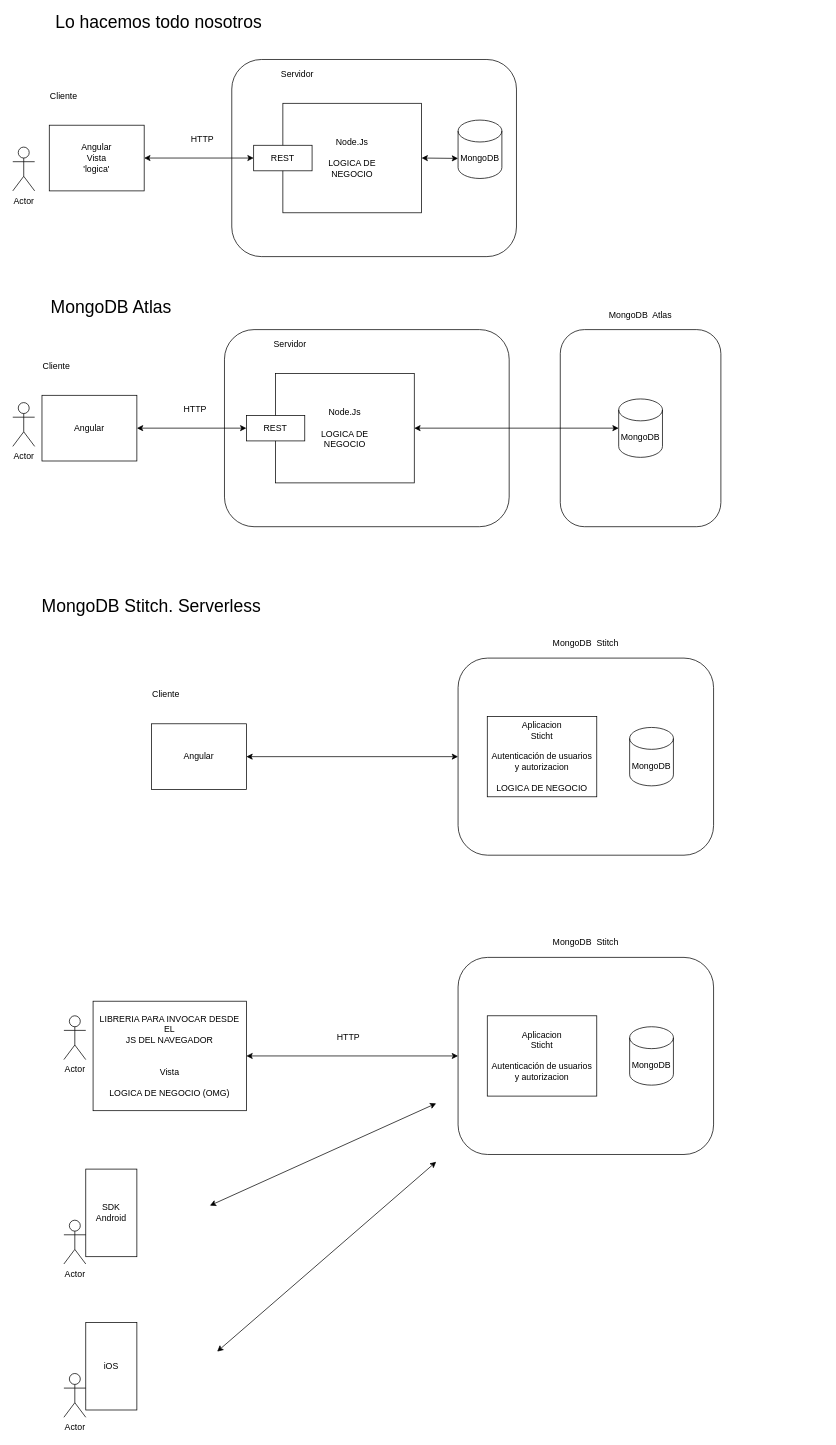
Earlier version of the draw.io diagram page "Página-60" (60 of 61) of diagramas.drawio (almoril00/MEAN). Source tidied: cells renumbered, new cells numbered last; positions are measured from the earlier drawing's top-left corner, leaving out a move shared by most shapes. Both pictures are drawn from the tidied source at 73%, with x=0, y=0 at pixel (12, 15).
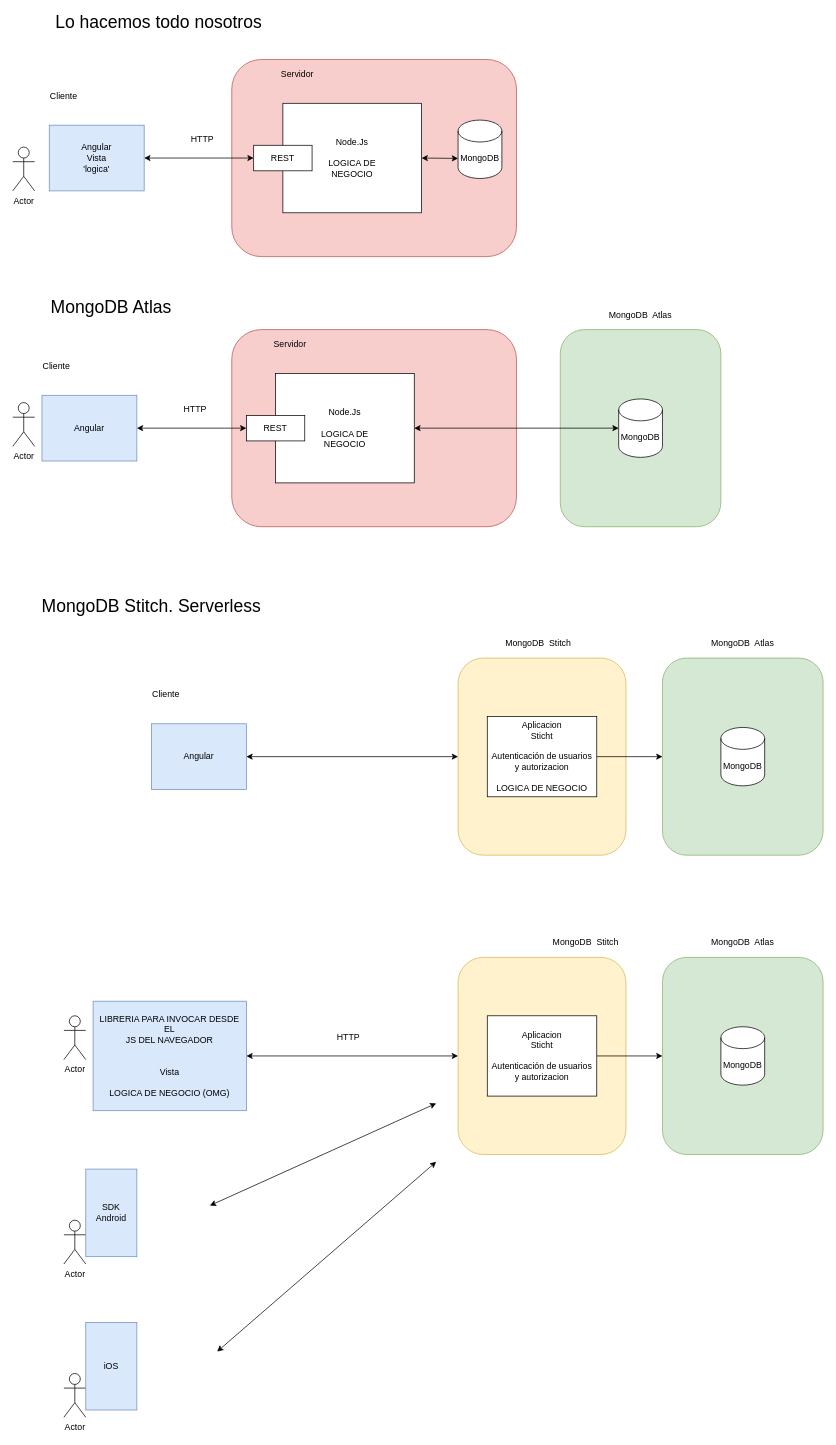
The same diagram, later.

Change to the diagram source:
```diff
@@
-    <mxCell id="2" style="rounded=1;whiteSpace=wrap;html=1;fillColor=none;" parent="1" vertex="1">
+    <mxCell id="2" style="rounded=1;whiteSpace=wrap;html=1;fillColor=#d5e8d4;strokeColor=#82b366;" parent="1" vertex="1">
       <mxGeometry x="750" y="430" width="220" height="270" as="geometry" />
     </mxCell>
-    <mxCell id="3" style="rounded=1;whiteSpace=wrap;html=1;fillColor=none;" parent="1" vertex="1">
+    <mxCell id="3" style="rounded=1;whiteSpace=wrap;html=1;fillColor=#f8cecc;strokeColor=#b85450;" parent="1" vertex="1">
       <mxGeometry x="300" y="60" width="390" height="270" as="geometry" />
     </mxCell>
@@
-    <mxCell id="5" value="Angular&lt;br&gt;Vista&lt;br&gt;'logica'" style="rounded=0;whiteSpace=wrap;html=1;fillColor=none;" parent="1" vertex="1">
+    <mxCell id="5" value="Angular&lt;br&gt;Vista&lt;br&gt;'logica'" style="rounded=0;whiteSpace=wrap;html=1;fillColor=#dae8fc;strokeColor=#6c8ebf;" parent="1" vertex="1">
       <mxGeometry x="50" y="150" width="130" height="90" as="geometry" />
     </mxCell>
-    <mxCell id="6" value="Node.Js&lt;br&gt;&lt;br&gt;LOGICA DE &lt;br&gt;NEGOCIO" style="rounded=0;whiteSpace=wrap;html=1;fillColor=none;" parent="1" vertex="1">
+    <mxCell id="6" value="Node.Js&lt;br&gt;&lt;br&gt;LOGICA DE &lt;br&gt;NEGOCIO" style="rounded=0;whiteSpace=wrap;html=1;" parent="1" vertex="1">
       <mxGeometry x="370" y="120" width="190" height="150" as="geometry" />
     </mxCell>
@@
-    <mxCell id="15" style="rounded=1;whiteSpace=wrap;html=1;fillColor=none;" parent="1" vertex="1">
-      <mxGeometry x="290" y="430" width="390" height="270" as="geometry" />
+    <mxCell id="15" style="rounded=1;whiteSpace=wrap;html=1;fillColor=#f8cecc;strokeColor=#b85450;" parent="1" vertex="1">
+      <mxGeometry x="300" y="430" width="390" height="270" as="geometry" />
     </mxCell>
-    <mxCell id="16" value="Angular" style="rounded=0;whiteSpace=wrap;html=1;fillColor=none;" parent="1" vertex="1">
+    <mxCell id="16" value="Angular" style="rounded=0;whiteSpace=wrap;html=1;fillColor=#dae8fc;strokeColor=#6c8ebf;" parent="1" vertex="1">
       <mxGeometry x="40" y="520" width="130" height="90" as="geometry" />
     </mxCell>
-    <mxCell id="17" value="Node.Js&lt;br&gt;&lt;br&gt;LOGICA DE&lt;br&gt;NEGOCIO" style="rounded=0;whiteSpace=wrap;html=1;fillColor=none;" parent="1" vertex="1">
+    <mxCell id="17" value="Node.Js&lt;br&gt;&lt;br&gt;LOGICA DE&lt;br&gt;NEGOCIO" style="rounded=0;whiteSpace=wrap;html=1;" parent="1" vertex="1">
       <mxGeometry x="360" y="490" width="190" height="150" as="geometry" />
     </mxCell>
@@
-    <mxCell id="27" style="rounded=1;whiteSpace=wrap;html=1;fillColor=none;" parent="1" vertex="1">
-      <mxGeometry x="610" y="880" width="350" height="270" as="geometry" />
+    <mxCell id="27" style="rounded=1;whiteSpace=wrap;html=1;fillColor=#fff2cc;strokeColor=#d6b656;" parent="1" vertex="1">
+      <mxGeometry x="610" y="880" width="230" height="270" as="geometry" />
     </mxCell>
-    <mxCell id="28" value="Angular" style="rounded=0;whiteSpace=wrap;html=1;fillColor=none;" parent="1" vertex="1">
+    <mxCell id="28" value="Angular" style="rounded=0;whiteSpace=wrap;html=1;fillColor=#dae8fc;strokeColor=#6c8ebf;" parent="1" vertex="1">
       <mxGeometry x="190" y="970" width="130" height="90" as="geometry" />
     </mxCell>
@@
-    <mxCell id="31" value="MongoDB" style="shape=cylinder3;whiteSpace=wrap;html=1;boundedLbl=1;backgroundOutline=1;size=15;fillColor=#ffffff;" parent="1" vertex="1">
-      <mxGeometry x="845" y="975" width="60" height="80" as="geometry" />
-    </mxCell>
     <mxCell id="32" value="MongoDB&amp;nbsp; Stitch" style="text;html=1;strokeColor=none;fillColor=none;align=center;verticalAlign=middle;whiteSpace=wrap;rounded=0;" parent="1" vertex="1">
-      <mxGeometry x="725" y="850" width="120" height="20" as="geometry" />
+      <mxGeometry x="660" y="850" width="120" height="20" as="geometry" />
     </mxCell>
+    <mxCell id="50" style="edgeStyle=orthogonalEdgeStyle;rounded=0;jettySize=auto;html=1;exitX=1;exitY=0.5;exitDx=0;exitDy=0;strokeWidth=1;" parent="1" edge="1" source="33" target="52">
+      <mxGeometry relative="1" as="geometry" />
+    </mxCell>
-    <mxCell id="33" value="Aplicacion&lt;br&gt;Sticht&lt;br&gt;&lt;br&gt;Autenticación de usuarios&lt;br&gt;y autorizacion&lt;br&gt;&lt;br&gt;LOGICA DE NEGOCIO" style="rounded=0;whiteSpace=wrap;html=1;fillColor=none;" parent="1" vertex="1">
+    <mxCell id="33" value="Aplicacion&lt;br&gt;Sticht&lt;br&gt;&lt;br&gt;Autenticación de usuarios&lt;br&gt;y autorizacion&lt;br&gt;&lt;br&gt;LOGICA DE NEGOCIO" style="rounded=0;whiteSpace=wrap;html=1;" parent="1" vertex="1">
       <mxGeometry x="650" y="960" width="150" height="110" as="geometry" />
     </mxCell>
@@
-    <mxCell id="35" style="rounded=1;whiteSpace=wrap;html=1;fillColor=none;" parent="1" vertex="1">
-      <mxGeometry x="610" y="1290" width="350" height="270" as="geometry" />
+    <mxCell id="35" style="rounded=1;whiteSpace=wrap;html=1;fillColor=#fff2cc;strokeColor=#d6b656;" parent="1" vertex="1">
+      <mxGeometry x="610" y="1290" width="230" height="270" as="geometry" />
     </mxCell>
-    <mxCell id="36" value="MongoDB" style="shape=cylinder3;whiteSpace=wrap;html=1;boundedLbl=1;backgroundOutline=1;size=15;fillColor=#ffffff;" parent="1" vertex="1">
-      <mxGeometry x="845" y="1385" width="60" height="80" as="geometry" />
-    </mxCell>
@@
+    <mxCell id="51" style="edgeStyle=orthogonalEdgeStyle;rounded=0;jettySize=auto;html=1;exitX=1;exitY=0.5;exitDx=0;exitDy=0;entryX=0;entryY=0.5;entryDx=0;entryDy=0;strokeWidth=1;" parent="1" edge="1" source="38" target="55">
+      <mxGeometry relative="1" as="geometry" />
+    </mxCell>
-    <mxCell id="38" value="Aplicacion&lt;br&gt;Sticht&lt;br&gt;&lt;br&gt;Autenticación de usuarios&lt;br&gt;y autorizacion" style="rounded=0;whiteSpace=wrap;html=1;fillColor=none;" parent="1" vertex="1">
+    <mxCell id="38" value="Aplicacion&lt;br&gt;Sticht&lt;br&gt;&lt;br&gt;Autenticación de usuarios&lt;br&gt;y autorizacion" style="rounded=0;whiteSpace=wrap;html=1;" parent="1" vertex="1">
       <mxGeometry x="650" y="1370" width="150" height="110" as="geometry" />
     </mxCell>
-    <mxCell id="39" value="LIBRERIA PARA INVOCAR DESDE EL&lt;br&gt;JS DEL NAVEGADOR&lt;br&gt;&lt;br&gt;&lt;br&gt;Vista&lt;br&gt;&lt;br&gt;LOGICA DE NEGOCIO (OMG)" style="rounded=0;whiteSpace=wrap;html=1;fillColor=none;" parent="1" vertex="1">
+    <mxCell id="39" value="LIBRERIA PARA INVOCAR DESDE EL&lt;br&gt;JS DEL NAVEGADOR&lt;br&gt;&lt;br&gt;&lt;br&gt;Vista&lt;br&gt;&lt;br&gt;LOGICA DE NEGOCIO (OMG)" style="rounded=0;whiteSpace=wrap;html=1;fillColor=#dae8fc;strokeColor=#6c8ebf;" parent="1" vertex="1">
       <mxGeometry x="110" y="1350" width="210" height="150" as="geometry" />
     </mxCell>
@@
-    <mxCell id="45" value="SDK&lt;br&gt;Android" style="rounded=0;whiteSpace=wrap;html=1;fillColor=none;" parent="1" vertex="1">
+    <mxCell id="45" value="SDK&lt;br&gt;Android" style="rounded=0;whiteSpace=wrap;html=1;fillColor=#dae8fc;strokeColor=#6c8ebf;" parent="1" vertex="1">
       <mxGeometry x="100" y="1580" width="70" height="120" as="geometry" />
     </mxCell>
@@
-    <mxCell id="47" value="iOS" style="rounded=0;whiteSpace=wrap;html=1;fillColor=none;" parent="1" vertex="1">
+    <mxCell id="47" value="iOS" style="rounded=0;whiteSpace=wrap;html=1;fillColor=#dae8fc;strokeColor=#6c8ebf;" parent="1" vertex="1">
       <mxGeometry x="100" y="1790" width="70" height="120" as="geometry" />
     </mxCell>
@@
+    <mxCell id="52" style="rounded=1;whiteSpace=wrap;html=1;fillColor=#d5e8d4;strokeColor=#82b366;" parent="1" vertex="1">
+      <mxGeometry x="890" y="880" width="220" height="270" as="geometry" />
+    </mxCell>
+    <mxCell id="53" value="MongoDB" style="shape=cylinder3;whiteSpace=wrap;html=1;boundedLbl=1;backgroundOutline=1;size=15;fillColor=#ffffff;" parent="1" vertex="1">
+      <mxGeometry x="970" y="975" width="60" height="80" as="geometry" />
+    </mxCell>
+    <mxCell id="54" value="MongoDB&amp;nbsp; Atlas" style="text;html=1;strokeColor=none;fillColor=none;align=center;verticalAlign=middle;whiteSpace=wrap;rounded=0;" parent="1" vertex="1">
+      <mxGeometry x="940" y="850" width="120" height="20" as="geometry" />
+    </mxCell>
+    <mxCell id="55" style="rounded=1;whiteSpace=wrap;html=1;fillColor=#d5e8d4;strokeColor=#82b366;" parent="1" vertex="1">
+      <mxGeometry x="890" y="1290" width="220" height="270" as="geometry" />
+    </mxCell>
+    <mxCell id="56" value="MongoDB" style="shape=cylinder3;whiteSpace=wrap;html=1;boundedLbl=1;backgroundOutline=1;size=15;fillColor=#ffffff;" parent="1" vertex="1">
+      <mxGeometry x="970" y="1385" width="60" height="80" as="geometry" />
+    </mxCell>
+    <mxCell id="57" value="MongoDB&amp;nbsp; Atlas" style="text;html=1;strokeColor=none;fillColor=none;align=center;verticalAlign=middle;whiteSpace=wrap;rounded=0;" parent="1" vertex="1">
+      <mxGeometry x="940" y="1260" width="120" height="20" as="geometry" />
+    </mxCell>
```
